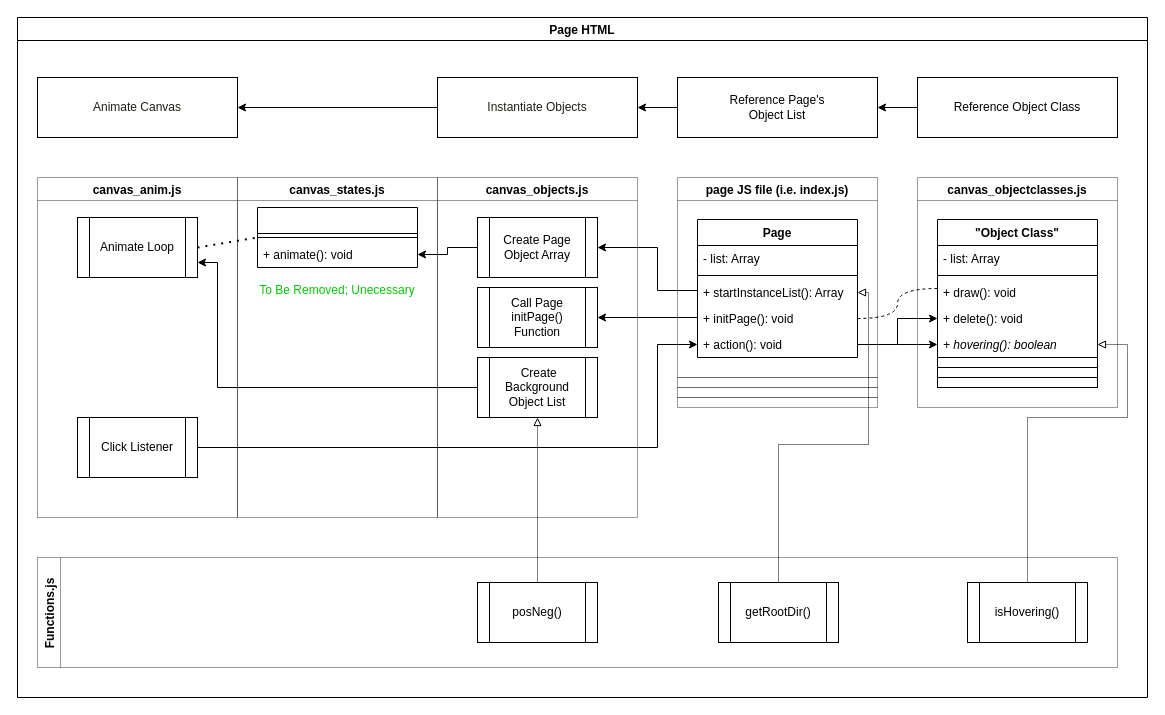
EduardNaldozaCPE/extern-ssc keeps this draw.io diagram as sscp.drawio. Above is the earlier version. Source tidied: cells renumbered, new cells numbered last; positions are measured from the earlier drawing's top-left corner, leaving out a move shared by most shapes. Both pictures are drawn from the tidied source at 100%, with x=0, y=0 at pixel (17, 17).
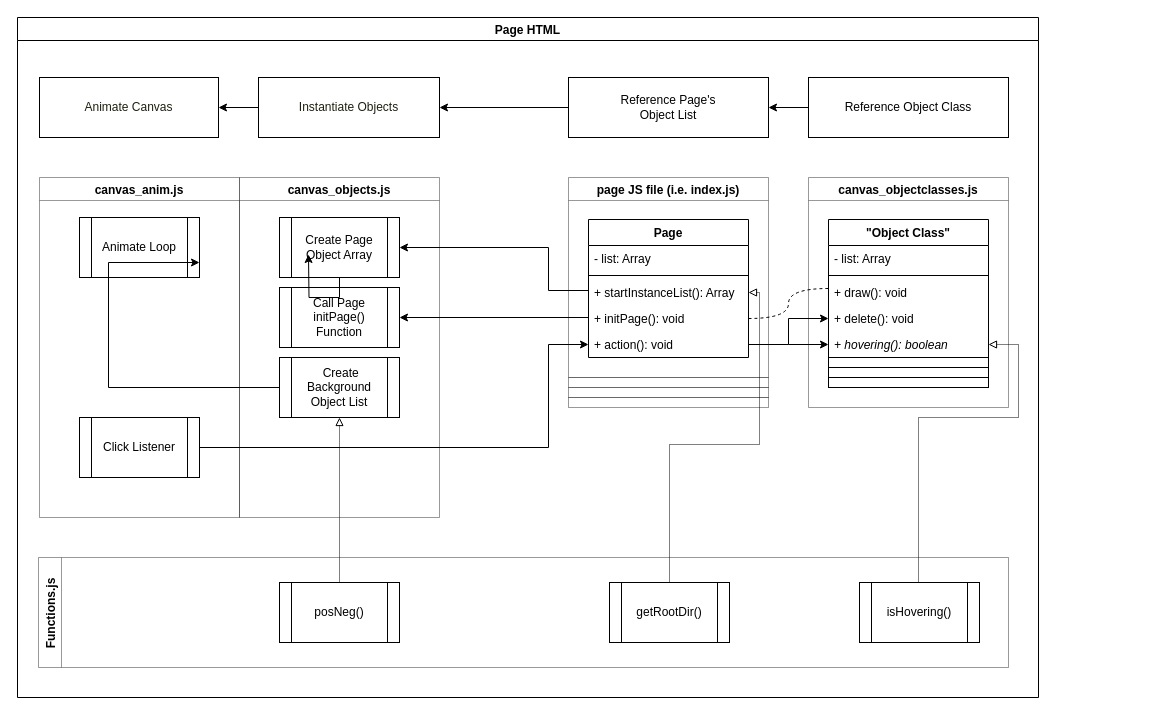
The same page after the edit.

Unchanged cells that the change refers to:
```xml
<mxCell id="7" value="+ startInstanceList(): Array" style="text;strokeColor=none;fillColor=none;align=left;verticalAlign=top;spacingLeft=4;spacingRight=4;overflow=hidden;points=[[0,0.5],[1,0.5]];portConstraint=eastwest;" parent="4" vertex="1">
  <mxGeometry y="60" width="160" height="26" as="geometry" />
</mxCell>
<mxCell id="8" value="+ initPage(): void" style="text;strokeColor=none;fillColor=none;align=left;verticalAlign=top;spacingLeft=4;spacingRight=4;overflow=hidden;points=[[0,0.5],[1,0.5]];portConstraint=eastwest;" parent="4" vertex="1">
  <mxGeometry y="86" width="160" height="26" as="geometry" />
</mxCell>
<mxCell id="9" value="+ action(): void" style="text;strokeColor=none;fillColor=none;align=left;verticalAlign=top;spacingLeft=4;spacingRight=4;overflow=hidden;points=[[0,0.5],[1,0.5]];portConstraint=eastwest;" parent="4" vertex="1">
  <mxGeometry y="112" width="160" height="26" as="geometry" />
</mxCell>
<mxCell id="11" value="Click Listener" style="shape=process;whiteSpace=wrap;html=1;backgroundOutline=1;" parent="10" vertex="1">
  <mxGeometry x="40" y="240" width="120" height="60" as="geometry" />
</mxCell>
<mxCell id="12" value="Animate Loop" style="shape=process;whiteSpace=wrap;html=1;backgroundOutline=1;" parent="10" vertex="1">
  <mxGeometry x="40" y="40" width="120" height="60" as="geometry" />
</mxCell>
<mxCell id="19" value="&amp;nbsp;Create Background&lt;br&gt;Object List" style="shape=process;whiteSpace=wrap;html=1;backgroundOutline=1;" parent="18" vertex="1">
  <mxGeometry x="40" y="180" width="120" height="60" as="geometry" />
</mxCell>
<mxCell id="20" value="Create Page Object Array" style="shape=process;whiteSpace=wrap;html=1;backgroundOutline=1;" parent="18" vertex="1">
  <mxGeometry x="40" y="40" width="120" height="60" as="geometry" />
</mxCell>
<mxCell id="21" value="Call Page initPage() Function" style="shape=process;whiteSpace=wrap;html=1;backgroundOutline=1;" parent="18" vertex="1">
  <mxGeometry x="40" y="110" width="120" height="60" as="geometry" />
</mxCell>
<mxCell id="31" value="+ hovering(): boolean" style="text;strokeColor=none;fillColor=none;align=left;verticalAlign=top;spacingLeft=4;spacingRight=4;overflow=hidden;points=[[0,0.5],[1,0.5]];portConstraint=eastwest;fontStyle=2;" parent="26" vertex="1">
  <mxGeometry y="112" width="160" height="26" as="geometry" />
</mxCell>
```

Diff of the diagram source:
```diff
@@
     <mxCell id="2" value="Page HTML" style="swimlane;" parent="1" vertex="1">
-      <mxGeometry width="1130" height="680" as="geometry" />
+      <mxGeometry width="1021" height="680" as="geometry" />
     </mxCell>
     <mxCell id="3" value="page JS file (i.e. index.js)" style="swimlane;startSize=23;rounded=0;opacity=40;" parent="2" vertex="1">
-      <mxGeometry x="660" y="160" width="200" height="200" as="geometry" />
+      <mxGeometry x="551" y="160" width="200" height="200" as="geometry" />
     </mxCell>
@@
     <mxCell id="10" value="canvas_anim.js" style="swimlane;strokeColor=default;opacity=40;rounded=0;" parent="2" vertex="1">
-      <mxGeometry x="20" y="160" width="200" height="340" as="geometry" />
+      <mxGeometry x="22" y="160" width="200" height="340" as="geometry" />
     </mxCell>
@@
-    <mxCell id="13" value="canvas_states.js" style="swimlane;strokeColor=default;opacity=40;rounded=0;" parent="2" vertex="1">
-      <mxGeometry x="220" y="160" width="200" height="340" as="geometry" />
-    </mxCell>
-    <mxCell id="14" style="swimlane;fontStyle=1;align=center;verticalAlign=top;horizontal=1;startSize=26;" parent="13" vertex="1">
-      <mxGeometry x="20" y="30" width="160" height="60" as="geometry" />
-    </mxCell>
-    <mxCell id="15" style="line;strokeWidth=1;fillColor=none;align=left;verticalAlign=middle;spacingTop=-1;spacingLeft=3;spacingRight=3;labelPosition=right;" parent="14" vertex="1">
-      <mxGeometry y="26" width="160" height="8" as="geometry" />
-    </mxCell>
-    <mxCell id="16" value="+ animate(): void" style="text;strokeColor=none;fillColor=none;align=left;verticalAlign=top;spacingLeft=4;spacingRight=4;overflow=hidden;points=[[0,0.5],[1,0.5]];portConstraint=eastwest;" parent="14" vertex="1">
-      <mxGeometry y="34" width="160" height="26" as="geometry" />
-    </mxCell>
-    <mxCell id="17" value="&lt;font&gt;To Be Removed; Unecessary&lt;/font&gt;" style="text;html=1;strokeColor=none;fillColor=none;align=center;verticalAlign=middle;whiteSpace=wrap;rounded=0;fontColor=#00CC00;" parent="13" vertex="1">
-      <mxGeometry y="98" width="200" height="30" as="geometry" />
-    </mxCell>
     <mxCell id="18" value="canvas_objects.js" style="swimlane;strokeColor=default;opacity=40;rounded=0;" parent="2" vertex="1">
-      <mxGeometry x="420" y="160" width="200" height="340" as="geometry" />
+      <mxGeometry x="222" y="160" width="200" height="340" as="geometry" />
     </mxCell>
@@
     <mxCell id="22" style="edgeStyle=orthogonalEdgeStyle;rounded=0;jettySize=auto;html=1;endArrow=classic;endFill=1;entryX=1;entryY=0.75;entryDx=0;entryDy=0;" parent="2" edge="1" source="19" target="12">
       <mxGeometry relative="1" as="geometry">
         <Array as="points">
-          <mxPoint x="200" y="370" />
-          <mxPoint x="200" y="245" />
+          <mxPoint x="91" y="370" />
+          <mxPoint x="91" y="245" />
         </Array>
       </mxGeometry>
     </mxCell>
-    <mxCell id="23" style="edgeStyle=orthogonalEdgeStyle;rounded=0;jettySize=auto;html=1;entryX=1;entryY=0.5;entryDx=0;entryDy=0;endArrow=classic;endFill=1;" parent="2" edge="1" source="20" target="16">
-      <mxGeometry relative="1" as="geometry" />
+    <mxCell id="23" style="edgeStyle=orthogonalEdgeStyle;rounded=0;jettySize=auto;html=1;entryX=1;entryY=0.5;entryDx=0;entryDy=0;endArrow=classic;endFill=1;" parent="2" edge="1" source="20">
+      <mxGeometry relative="1" as="geometry">
+        <mxPoint x="291" y="237" as="targetPoint" />
+      </mxGeometry>
     </mxCell>
     <mxCell id="24" style="edgeStyle=orthogonalEdgeStyle;rounded=0;jettySize=auto;html=1;endArrow=classic;endFill=1;exitX=0;exitY=0.5;exitDx=0;exitDy=0;" parent="2" edge="1" source="7" target="20">
       <mxGeometry relative="1" as="geometry">
         <Array as="points">
-          <mxPoint x="640" y="273" />
-          <mxPoint x="640" y="230" />
+          <mxPoint x="531" y="273" />
+          <mxPoint x="531" y="230" />
         </Array>
       </mxGeometry>
     </mxCell>
     <mxCell id="25" value="canvas_objectclasses.js" style="swimlane;rounded=0;opacity=40;" parent="2" vertex="1">
-      <mxGeometry x="900" y="160" width="200" height="230" as="geometry" />
+      <mxGeometry x="791" y="160" width="200" height="230" as="geometry" />
     </mxCell>
@@
-    <mxCell id="35" style="endArrow=none;dashed=1;html=1;dashPattern=1 3;strokeWidth=2;rounded=0;exitX=1;exitY=0.5;exitDx=0;exitDy=0;entryX=0;entryY=0.5;entryDx=0;entryDy=0;" parent="2" edge="1" source="12" target="14">
-      <mxGeometry relative="1" as="geometry" />
-    </mxCell>
     <mxCell id="36" style="edgeStyle=orthogonalEdgeStyle;rounded=0;jettySize=auto;html=1;endArrow=classic;endFill=1;entryX=0;entryY=0.5;entryDx=0;entryDy=0;" parent="2" edge="1" source="11" target="9">
       <mxGeometry relative="1" as="geometry">
         <Array as="points">
-          <mxPoint x="640" y="430" />
-          <mxPoint x="640" y="327" />
+          <mxPoint x="531" y="430" />
+          <mxPoint x="531" y="327" />
         </Array>
       </mxGeometry>
     </mxCell>
     <mxCell id="37" style="edgeStyle=orthogonalEdgeStyle;rounded=0;jettySize=auto;html=1;entryX=1;entryY=0.5;entryDx=0;entryDy=0;" parent="2" edge="1" source="8" target="21">
       <mxGeometry relative="1" as="geometry">
         <Array as="points">
-          <mxPoint x="680" y="300" />
-          <mxPoint x="680" y="300" />
+          <mxPoint x="571" y="300" />
+          <mxPoint x="571" y="300" />
         </Array>
       </mxGeometry>
     </mxCell>
@@
     <mxCell id="40" style="rounded=0;jettySize=auto;html=1;entryX=0;entryY=0.5;entryDx=0;entryDy=0;endArrow=classic;endFill=1;elbow=vertical;" parent="2" edge="1" target="31">
       <mxGeometry relative="1" as="geometry">
-        <mxPoint x="880" y="327" as="sourcePoint" />
+        <mxPoint x="771" y="327" as="sourcePoint" />
       </mxGeometry>
     </mxCell>
     <mxCell id="41" value="Functions.js" style="swimlane;horizontal=0;rounded=0;opacity=40;" parent="2" vertex="1">
-      <mxGeometry x="20" y="540" width="1080" height="110" as="geometry" />
+      <mxGeometry x="21" y="540" width="970" height="110" as="geometry" />
     </mxCell>
     <mxCell id="42" value="posNeg()" style="shape=process;whiteSpace=wrap;html=1;backgroundOutline=1;" parent="41" vertex="1">
-      <mxGeometry x="440" y="25" width="120" height="60" as="geometry" />
+      <mxGeometry x="241" y="25" width="120" height="60" as="geometry" />
     </mxCell>
     <mxCell id="43" value="isHovering()" style="shape=process;whiteSpace=wrap;html=1;backgroundOutline=1;" parent="41" vertex="1">
-      <mxGeometry x="930" y="25" width="120" height="60" as="geometry" />
+      <mxGeometry x="821" y="25" width="120" height="60" as="geometry" />
     </mxCell>
     <mxCell id="44" value="getRootDir()" style="shape=process;whiteSpace=wrap;html=1;backgroundOutline=1;" parent="41" vertex="1">
-      <mxGeometry x="681" y="25" width="120" height="60" as="geometry" />
+      <mxGeometry x="571" y="25" width="120" height="60" as="geometry" />
     </mxCell>
@@
     <mxCell id="46" style="edgeStyle=orthogonalEdgeStyle;rounded=0;jettySize=auto;html=1;entryX=1;entryY=0.5;entryDx=0;entryDy=0;endArrow=block;endFill=0;elbow=vertical;dashed=1;dashPattern=1 1;" parent="2" edge="1" source="43" target="31">
       <mxGeometry relative="1" as="geometry">
         <Array as="points">
-          <mxPoint x="1010" y="400" />
-          <mxPoint x="1110" y="400" />
-          <mxPoint x="1110" y="327" />
+          <mxPoint x="901" y="400" />
+          <mxPoint x="1001" y="400" />
+          <mxPoint x="1001" y="327" />
         </Array>
       </mxGeometry>
     </mxCell>
     <mxCell id="47" style="rounded=0;whiteSpace=wrap;html=1;fontColor=#7EA6E0;opacity=40;" parent="2" vertex="1">
-      <mxGeometry x="660" y="360" width="200" height="10" as="geometry" />
+      <mxGeometry x="551" y="360" width="200" height="10" as="geometry" />
     </mxCell>
     <mxCell id="48" style="rounded=0;whiteSpace=wrap;html=1;fontColor=#7EA6E0;opacity=40;" parent="2" vertex="1">
-      <mxGeometry x="660" y="370" width="200" height="10" as="geometry" />
+      <mxGeometry x="551" y="370" width="200" height="10" as="geometry" />
     </mxCell>
     <mxCell id="49" style="rounded=0;whiteSpace=wrap;html=1;fontColor=#7EA6E0;opacity=40;" parent="2" vertex="1">
-      <mxGeometry x="660" y="380" width="200" height="10" as="geometry" />
+      <mxGeometry x="551" y="380" width="200" height="10" as="geometry" />
     </mxCell>
     <mxCell id="50" value="&lt;font color=&quot;#1e2110&quot;&gt;Animate Canvas&lt;/font&gt;" style="rounded=0;whiteSpace=wrap;html=1;labelBackgroundColor=none;fontColor=#7EA6E0;" parent="2" vertex="1">
-      <mxGeometry x="20" y="60" width="200" height="60" as="geometry" />
+      <mxGeometry x="22" y="60" width="179" height="60" as="geometry" />
     </mxCell>
@@
     <mxCell id="52" value="&lt;font color=&quot;#1e2110&quot;&gt;Instantiate Objects&lt;/font&gt;" style="rounded=0;whiteSpace=wrap;html=1;labelBackgroundColor=none;fontColor=#7EA6E0;" parent="2" vertex="1">
-      <mxGeometry x="420" y="60" width="200" height="60" as="geometry" />
+      <mxGeometry x="241" y="60" width="181" height="60" as="geometry" />
     </mxCell>
@@
     <mxCell id="54" value="&lt;font color=&quot;#000000&quot;&gt;Reference Page's&lt;br&gt;Object List&lt;/font&gt;" style="rounded=0;whiteSpace=wrap;html=1;labelBackgroundColor=none;fontColor=#7EA6E0;" parent="2" vertex="1">
-      <mxGeometry x="660" y="60" width="200" height="60" as="geometry" />
+      <mxGeometry x="551" y="60" width="200" height="60" as="geometry" />
     </mxCell>
@@
     <mxCell id="56" value="&lt;font color=&quot;#010203&quot;&gt;Reference Object Class&lt;/font&gt;" style="rounded=0;whiteSpace=wrap;html=1;labelBackgroundColor=none;fontColor=#7EA6E0;" parent="2" vertex="1">
-      <mxGeometry x="900" y="60" width="200" height="60" as="geometry" />
+      <mxGeometry x="791" y="60" width="200" height="60" as="geometry" />
     </mxCell>
     <mxCell id="57" style="edgeStyle=orthogonalEdgeStyle;rounded=0;jettySize=auto;html=1;dashed=1;dashPattern=1 1;endArrow=block;endFill=0;" parent="2" edge="1" source="44" target="7">
       <mxGeometry relative="1" as="geometry">
         <Array as="points">
-          <mxPoint x="761" y="427" />
-          <mxPoint x="851" y="427" />
-          <mxPoint x="851" y="275" />
+          <mxPoint x="652" y="427" />
+          <mxPoint x="742" y="427" />
+          <mxPoint x="742" y="275" />
         </Array>
       </mxGeometry>
     </mxCell>
```
